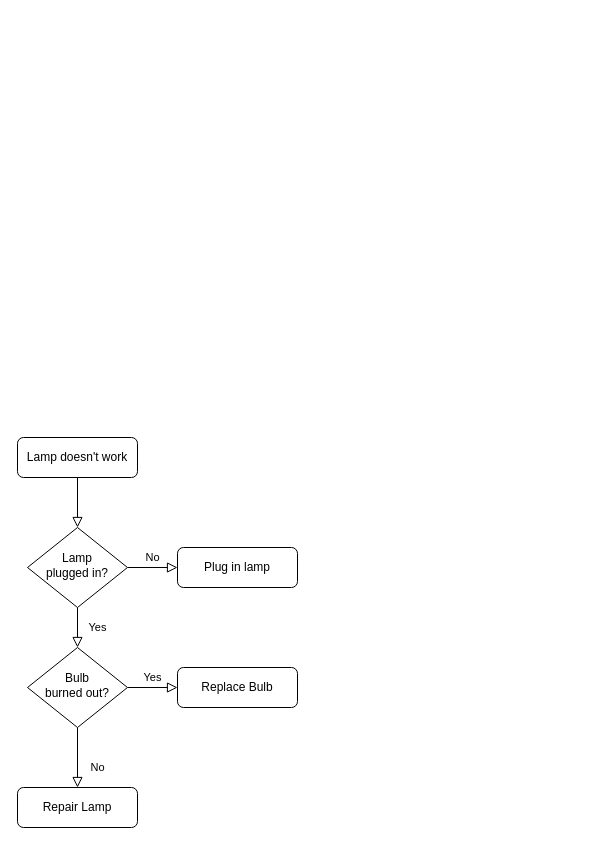
Earlier version of the draw.io diagram Untitled Diagram.drawio (CChalland/FaceSmash). Source tidied: cells renumbered, new cells numbered last; positions are measured from the earlier drawing's top-left corner, leaving out a move shared by most shapes. Both pictures are drawn from the tidied source at 100%, with x=0, y=0 at pixel (17, 437).
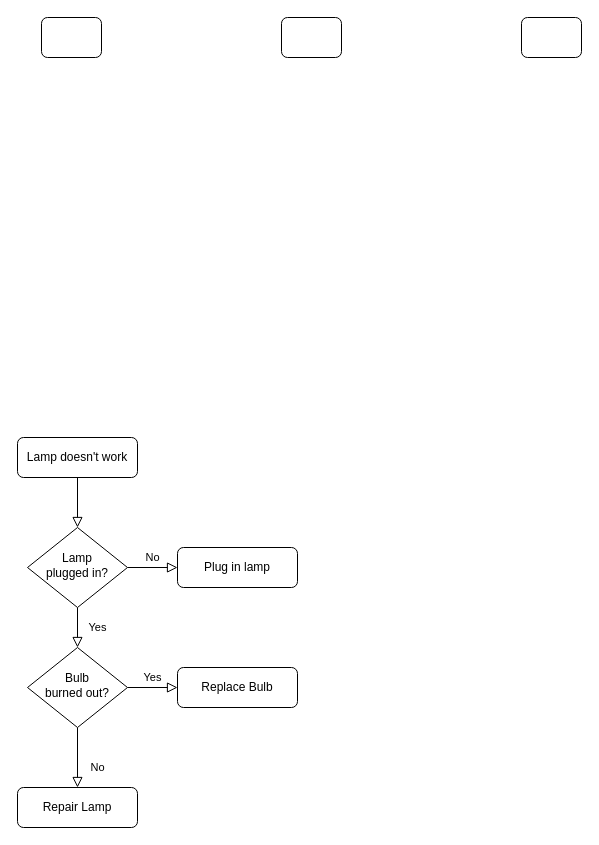
After the change.

Diff of the diagram source:
```diff
@@
 <mxGraphModel>
   <root>
     <mxCell id="0" />
     <mxCell id="1" parent="0" />
     <mxCell id="2" style="rounded=0;html=1;jettySize=auto;fontSize=11;endArrow=block;endFill=0;endSize=8;strokeWidth=1;shadow=0;labelBackgroundColor=none;edgeStyle=orthogonalEdgeStyle;" parent="1" edge="1" source="3" target="6">
       <mxGeometry relative="1" as="geometry" />
     </mxCell>
     <mxCell id="3" value="Lamp doesn't work" style="rounded=1;whiteSpace=wrap;html=1;fontSize=12;glass=0;strokeWidth=1;shadow=0;" parent="1" vertex="1">
       <mxGeometry width="120" height="40" as="geometry" />
     </mxCell>
     <mxCell id="4" value="Yes" style="rounded=0;html=1;jettySize=auto;fontSize=11;endArrow=block;endFill=0;endSize=8;strokeWidth=1;shadow=0;labelBackgroundColor=none;edgeStyle=orthogonalEdgeStyle;" parent="1" edge="1" source="6" target="10">
       <mxGeometry y="20" relative="1" as="geometry" />
     </mxCell>
     <mxCell id="5" value="No" style="edgeStyle=orthogonalEdgeStyle;rounded=0;html=1;jettySize=auto;fontSize=11;endArrow=block;endFill=0;endSize=8;strokeWidth=1;shadow=0;labelBackgroundColor=none;" parent="1" edge="1" source="6" target="7">
       <mxGeometry y="10" relative="1" as="geometry" />
     </mxCell>
     <mxCell id="6" value="Lamp&lt;br&gt;plugged in?" style="rhombus;whiteSpace=wrap;html=1;shadow=0;fontFamily=Helvetica;fontSize=12;align=center;strokeWidth=1;spacing=6;spacingTop=-4;" parent="1" vertex="1">
       <mxGeometry x="10" y="90" width="100" height="80" as="geometry" />
     </mxCell>
     <mxCell id="7" value="Plug in lamp" style="rounded=1;whiteSpace=wrap;html=1;fontSize=12;glass=0;strokeWidth=1;shadow=0;" parent="1" vertex="1">
       <mxGeometry x="160" y="110" width="120" height="40" as="geometry" />
     </mxCell>
     <mxCell id="8" value="No" style="rounded=0;html=1;jettySize=auto;fontSize=11;endArrow=block;endFill=0;endSize=8;strokeWidth=1;shadow=0;labelBackgroundColor=none;edgeStyle=orthogonalEdgeStyle;" parent="1" edge="1" source="10" target="11">
       <mxGeometry x="0.33" y="20" relative="1" as="geometry" />
     </mxCell>
     <mxCell id="9" value="Yes" style="edgeStyle=orthogonalEdgeStyle;rounded=0;html=1;jettySize=auto;fontSize=11;endArrow=block;endFill=0;endSize=8;strokeWidth=1;shadow=0;labelBackgroundColor=none;" parent="1" edge="1" source="10" target="12">
       <mxGeometry y="10" relative="1" as="geometry" />
     </mxCell>
     <mxCell id="10" value="Bulb&lt;br&gt;burned out?" style="rhombus;whiteSpace=wrap;html=1;shadow=0;fontFamily=Helvetica;fontSize=12;align=center;strokeWidth=1;spacing=6;spacingTop=-4;" parent="1" vertex="1">
       <mxGeometry x="10" y="210" width="100" height="80" as="geometry" />
     </mxCell>
     <mxCell id="11" value="Repair Lamp" style="rounded=1;whiteSpace=wrap;html=1;fontSize=12;glass=0;strokeWidth=1;shadow=0;" parent="1" vertex="1">
       <mxGeometry y="350" width="120" height="40" as="geometry" />
     </mxCell>
     <mxCell id="12" value="Replace Bulb" style="rounded=1;whiteSpace=wrap;html=1;fontSize=12;glass=0;strokeWidth=1;shadow=0;" parent="1" vertex="1">
       <mxGeometry x="160" y="230" width="120" height="40" as="geometry" />
     </mxCell>
+    <mxCell id="13" style="rounded=1;whiteSpace=wrap;html=1;" parent="1" vertex="1">
+      <mxGeometry x="24" y="-420" width="60" height="40" as="geometry" />
+    </mxCell>
+    <mxCell id="14" style="rounded=1;whiteSpace=wrap;html=1;" parent="1" vertex="1">
+      <mxGeometry x="264" y="-420" width="60" height="40" as="geometry" />
+    </mxCell>
+    <mxCell id="15" style="rounded=1;whiteSpace=wrap;html=1;" parent="1" vertex="1">
+      <mxGeometry x="504" y="-420" width="60" height="40" as="geometry" />
+    </mxCell>
   </root>
 </mxGraphModel>
```
